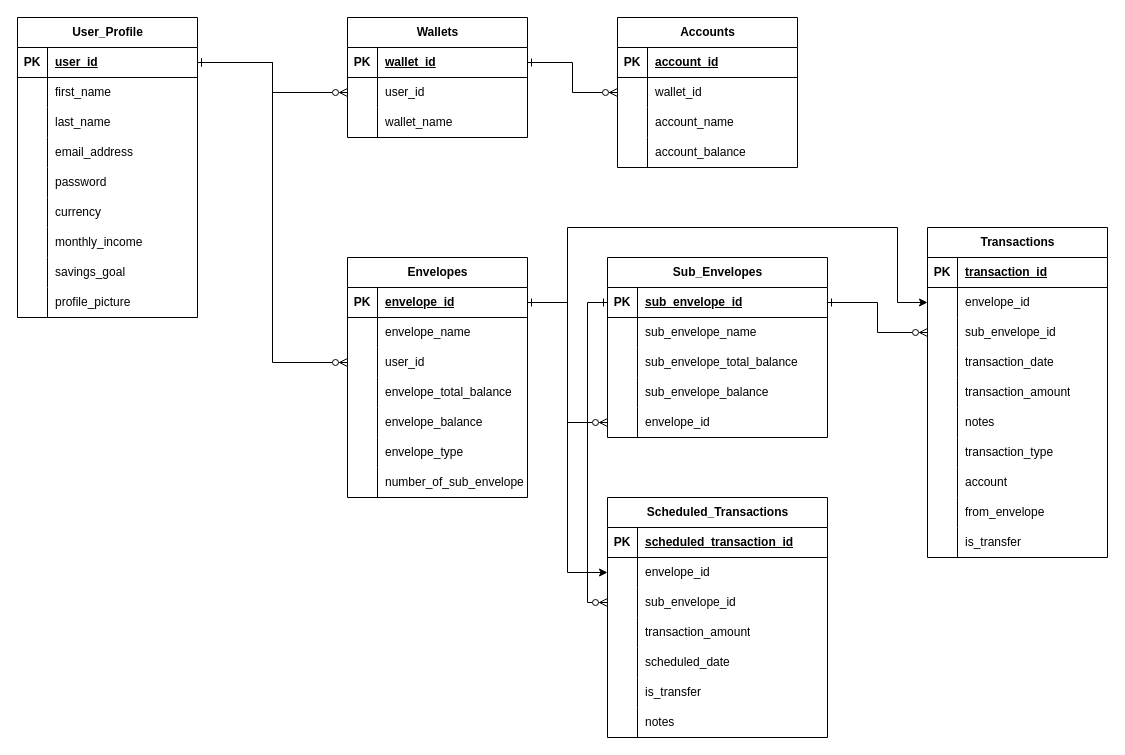
Above: ChiBao_v4.drawio in mawi-delosreyes/Trakua (draw.io), before the change. Source tidied: cells renumbered, new cells numbered last; positions are measured from the earlier drawing's top-left corner, leaving out a move shared by most shapes. Both pictures are drawn from the tidied source at 100%, with x=0, y=0 at pixel (17, 17).
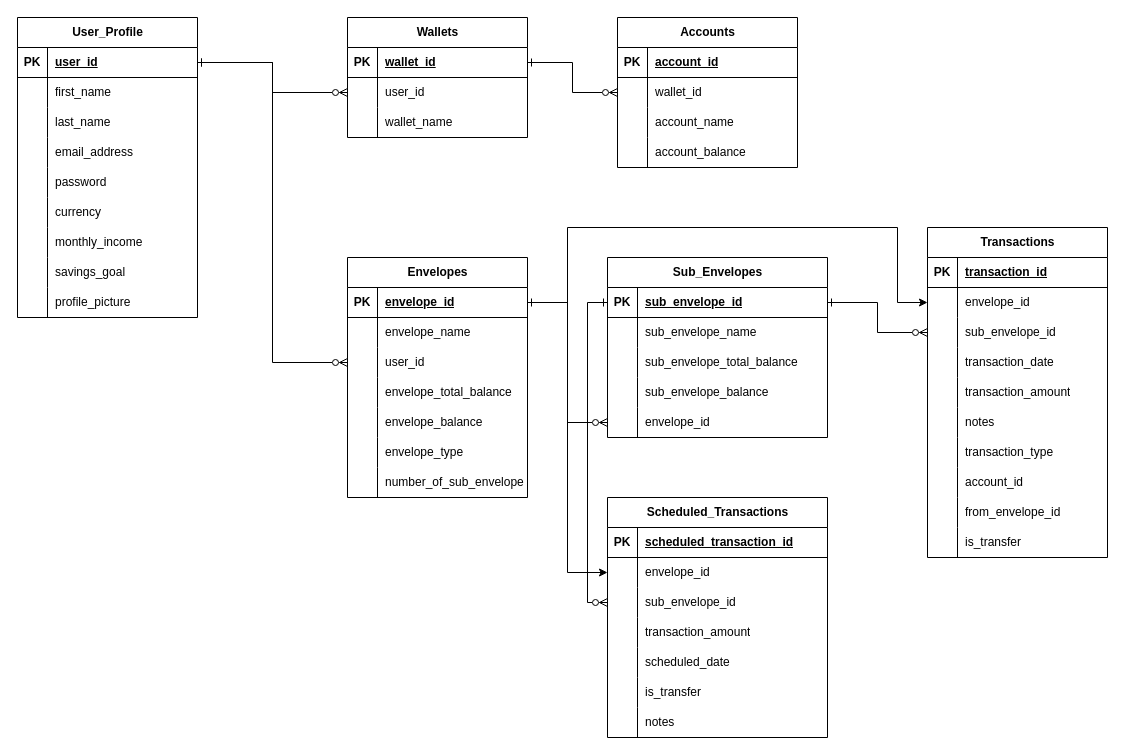
The same page after the edit.

Commit message (it also covers changes not shown here):
Added scripts to create table and changed string to id in schema

The change refers to these unchanged cells:
```xml
<mxCell id="135" style="shape=tableRow;horizontal=0;startSize=0;swimlaneHead=0;swimlaneBody=0;fillColor=none;top=0;left=0;right=0;bottom=0;" parent="113" vertex="1">
  <mxGeometry y="240" width="180" height="30" as="geometry" />
</mxCell>
<mxCell id="138" style="shape=tableRow;horizontal=0;startSize=0;swimlaneHead=0;swimlaneBody=0;fillColor=none;top=0;left=0;right=0;bottom=0;" parent="113" vertex="1">
  <mxGeometry y="270" width="180" height="30" as="geometry" />
</mxCell>
```

Diff of the diagram source:
```diff
@@
-    <mxCell id="137" value="account" style="shape=partialRectangle;fillColor=none;top=0;left=0;bottom=0;right=0;align=left;spacingLeft=6;overflow=hidden;whiteSpace=wrap;html=1;" parent="135" vertex="1">
+    <mxCell id="137" value="account_id" style="shape=partialRectangle;fillColor=none;top=0;left=0;bottom=0;right=0;align=left;spacingLeft=6;overflow=hidden;whiteSpace=wrap;html=1;" parent="135" vertex="1">
       <mxGeometry x="30" width="150" height="30" as="geometry" />
     </mxCell>
@@
-    <mxCell id="140" value="from_envelope" style="shape=partialRectangle;fillColor=none;top=0;left=0;bottom=0;right=0;align=left;spacingLeft=6;overflow=hidden;whiteSpace=wrap;html=1;" parent="138" vertex="1">
+    <mxCell id="140" value="from_envelope_id" style="shape=partialRectangle;fillColor=none;top=0;left=0;bottom=0;right=0;align=left;spacingLeft=6;overflow=hidden;whiteSpace=wrap;html=1;" parent="138" vertex="1">
       <mxGeometry x="30" width="150" height="30" as="geometry" />
     </mxCell>
```
